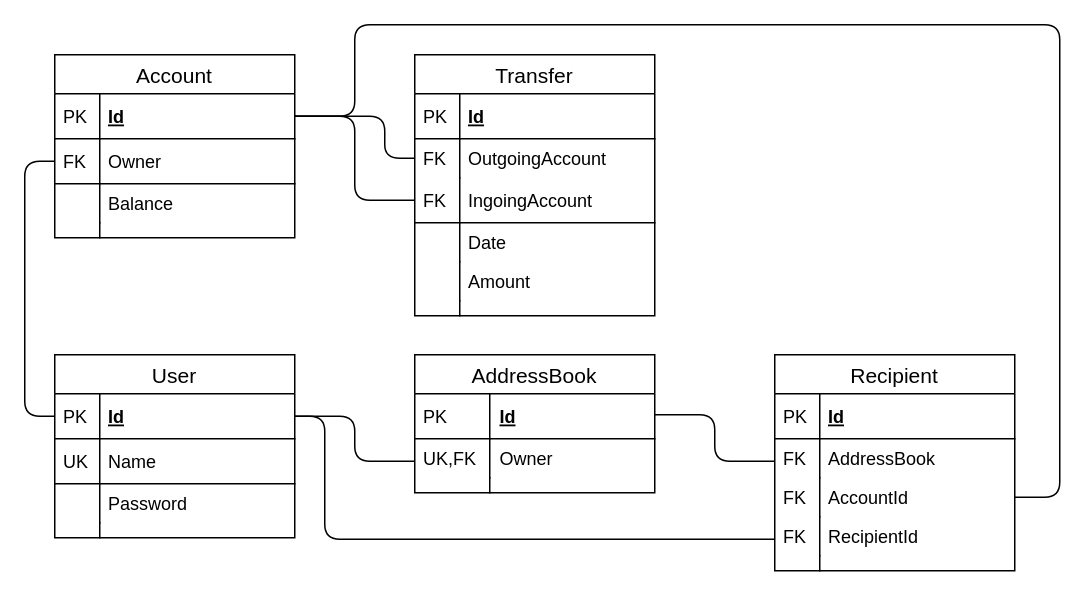
This is Diagrams/Database/Database Logic - RIA.drawio from marcoPetriPolimi/Web-Technologies-Exam-2019-2020, a draw.io file, before an edit. Source tidied: cells renumbered, new cells numbered last; positions are measured from the earlier drawing's top-left corner, leaving out a move shared by most shapes. Both pictures are drawn from the tidied source at 150%, with x=0, y=0 at pixel (24, 24).
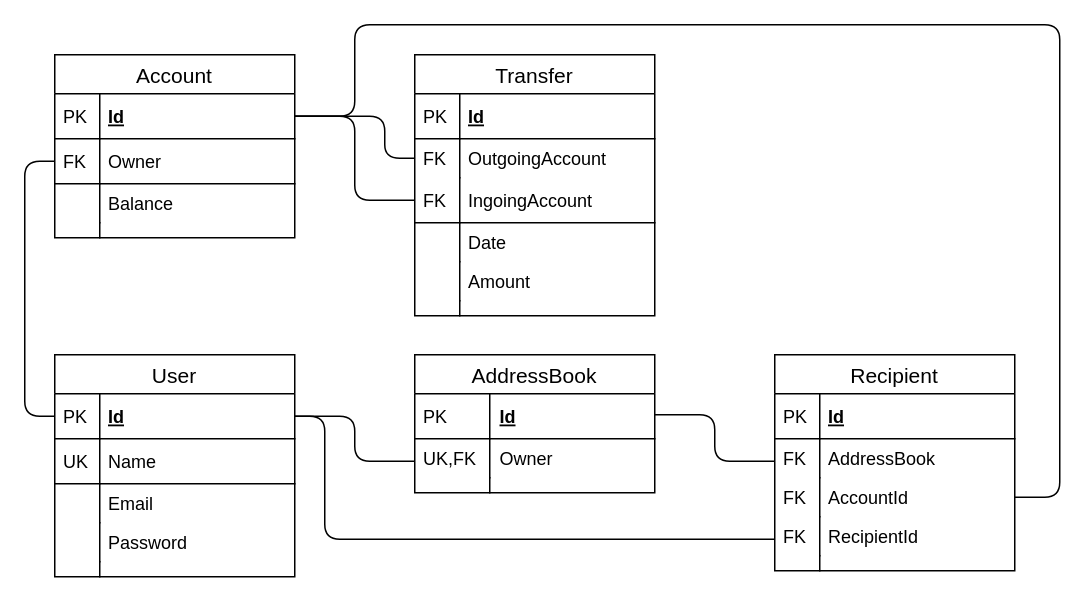
The same page after the edit.

What changed in the source:
```diff
@@
     <mxCell id="27" value="User" style="swimlane;fontStyle=0;horizontal=1;startSize=26;align=center;fontSize=14;" parent="1" vertex="1">
-      <mxGeometry x="20" y="220" width="160" height="122" as="geometry" />
+      <mxGeometry x="20" y="220" width="160" height="148" as="geometry" />
     </mxCell>
@@
+    <mxCell id="58" value="Email" style="shape=partialRectangle;top=0;left=0;right=0;bottom=0;align=left;verticalAlign=top;fillColor=none;spacingLeft=34;spacingRight=4;overflow=hidden;fontSize=12;" parent="27" vertex="1">
+      <mxGeometry y="86" width="160" height="26" as="geometry" />
+    </mxCell>
+    <mxCell id="59" style="shape=partialRectangle;top=0;left=0;bottom=0;fillColor=none;align=left;verticalAlign=top;spacingLeft=4;spacingRight=4;overflow=hidden;fontSize=12;" parent="58" vertex="1">
+      <mxGeometry width="30" height="26" as="geometry" />
+    </mxCell>
     <mxCell id="32" value="Password" style="shape=partialRectangle;top=0;left=0;right=0;bottom=0;align=left;verticalAlign=top;fillColor=none;spacingLeft=34;spacingRight=4;overflow=hidden;fontSize=12;" parent="27" vertex="1">
-      <mxGeometry y="86" width="160" height="26" as="geometry" />
+      <mxGeometry y="112" width="160" height="26" as="geometry" />
     </mxCell>
@@
     <mxCell id="34" style="shape=partialRectangle;top=0;left=0;right=0;bottom=0;align=left;verticalAlign=top;fillColor=none;spacingLeft=34;spacingRight=4;overflow=hidden;fontSize=12;" parent="27" vertex="1">
-      <mxGeometry y="112" width="160" height="10" as="geometry" />
+      <mxGeometry y="138" width="160" height="10" as="geometry" />
     </mxCell>
```
